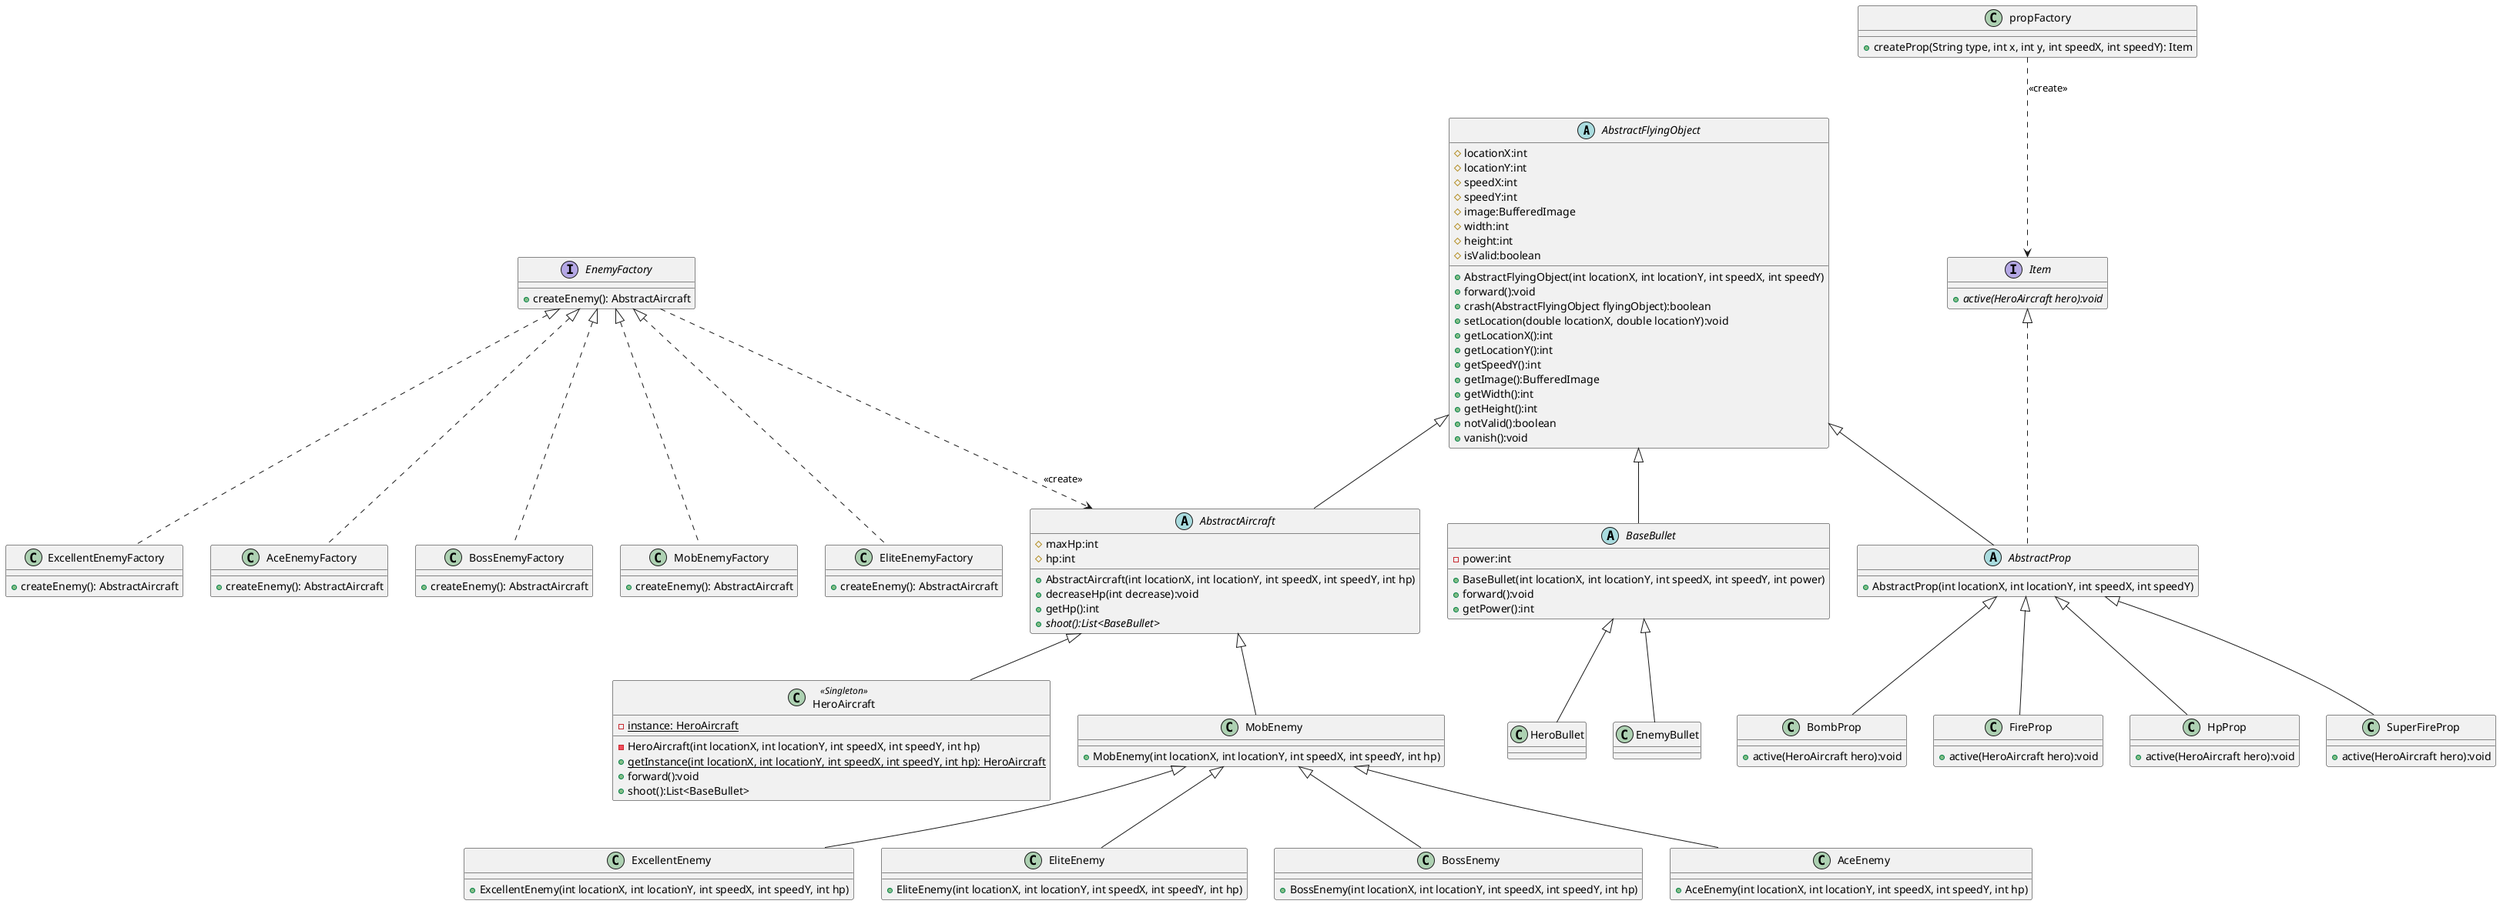
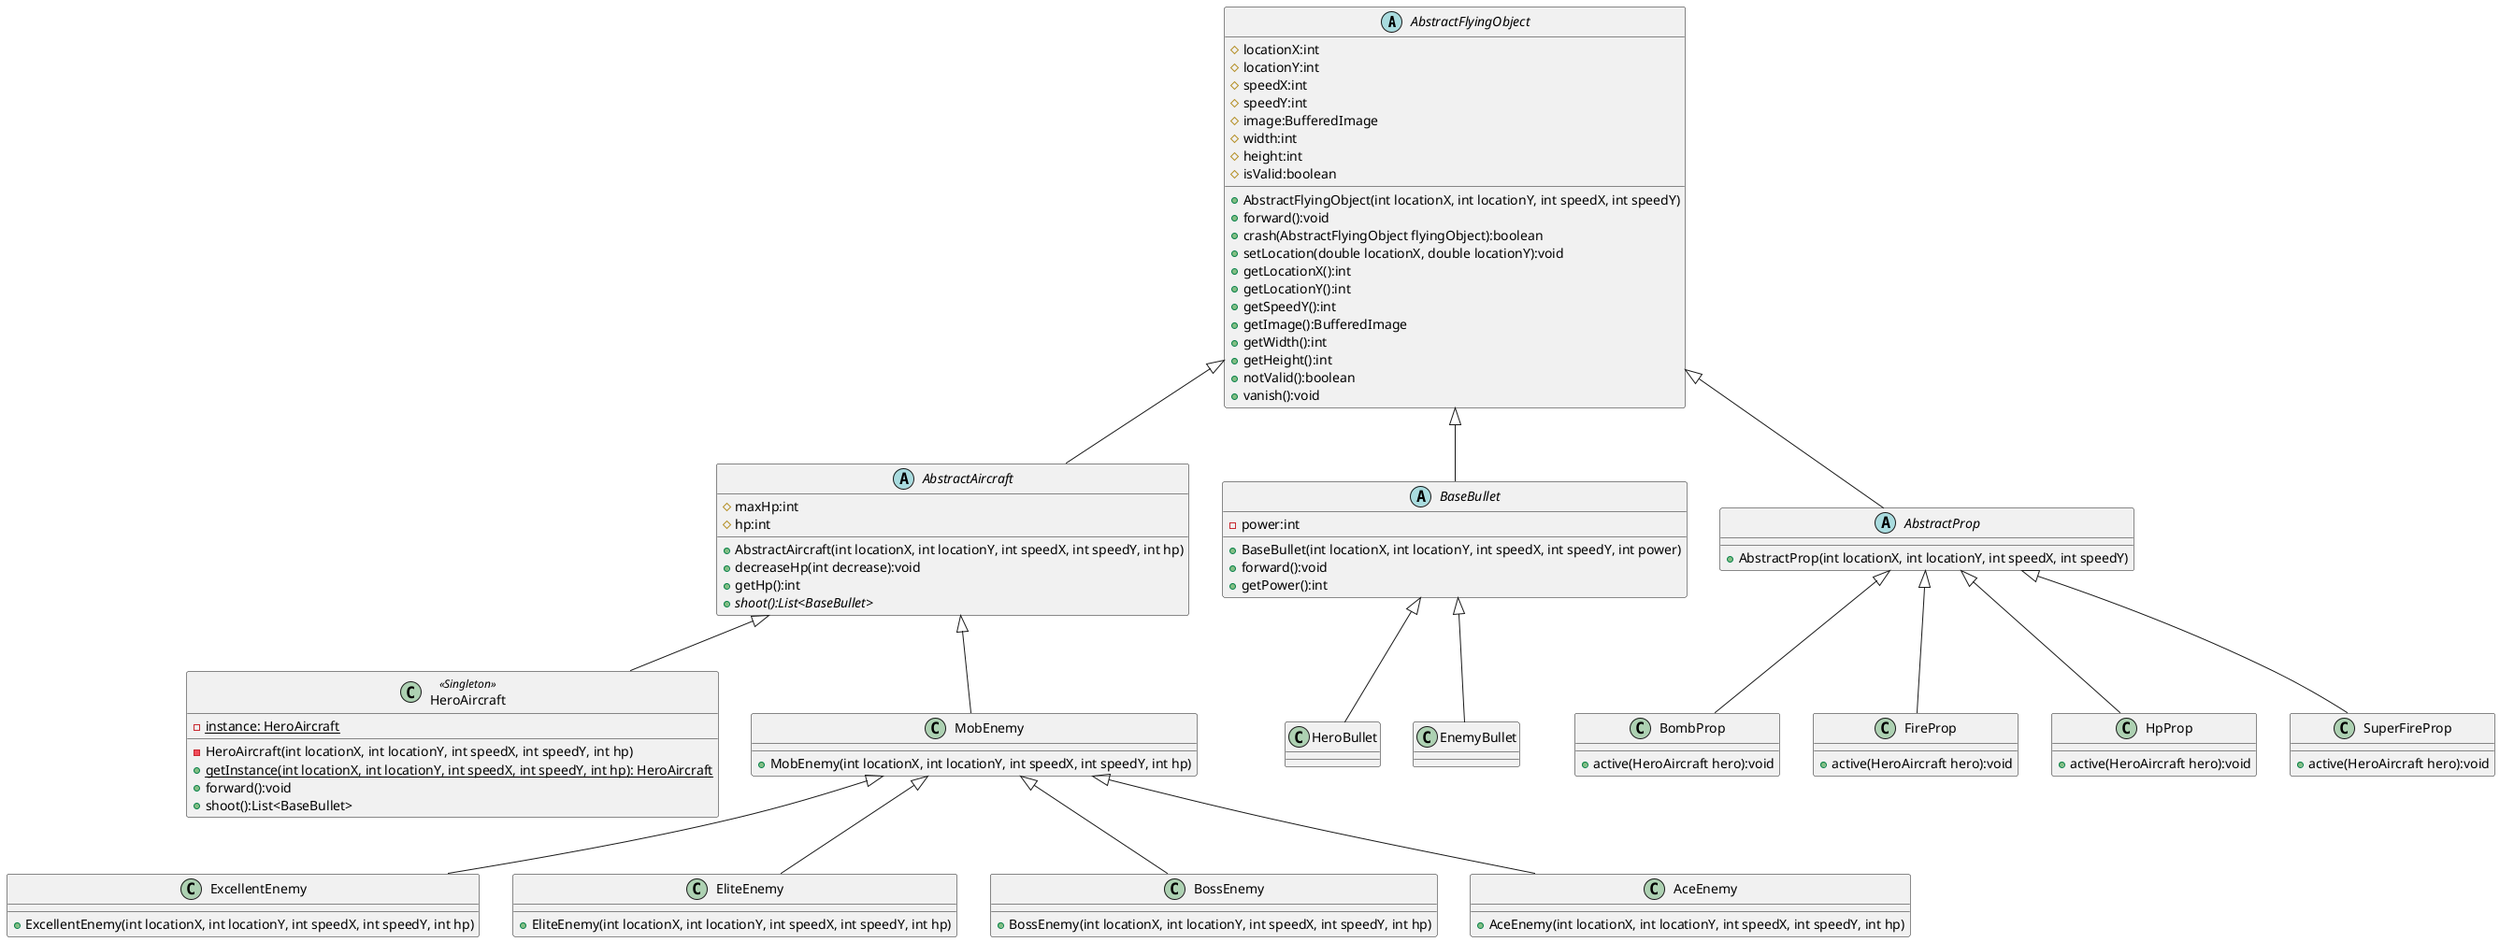
@startuml
'https://plantuml.com/class-diagram

abstract class AbstractFlyingObject
{
    # locationX:int
    # locationY:int
    # speedX:int
    # speedY:int
    # image:BufferedImage
    # width:int
    # height:int
    # isValid:boolean

    + AbstractFlyingObject(int locationX, int locationY, int speedX, int speedY)
    + forward():void
    + crash(AbstractFlyingObject flyingObject):boolean
    + setLocation(double locationX, double locationY):void
    + getLocationX():int
    + getLocationY():int
    + getSpeedY():int
    + getImage():BufferedImage
    + getWidth():int
    + getHeight():int
    + notValid():boolean
    + vanish():void
}

abstract class AbstractAircraft
{
	# maxHp:int
    # hp:int
    + AbstractAircraft(int locationX, int locationY, int speedX, int speedY, int hp)
    + decreaseHp(int decrease):void
    + getHp():int
    + {abstract} shoot():List<BaseBullet>
 }

- ' --- 敌机工厂模式 (Factory Method Pattern) ---

- interface EnemyFactory {
-     + createEnemy(): AbstractAircraft
- }
- 
- class MobEnemyFactory {
-     + createEnemy(): AbstractAircraft
- }
- 
- class EliteEnemyFactory {
-     + createEnemy(): AbstractAircraft
- }
- 
- class ExcellentEnemyFactory {
-     + createEnemy(): AbstractAircraft
- }
- 
- class AceEnemyFactory {
-     + createEnemy(): AbstractAircraft
- }
- 
- class BossEnemyFactory {
-     + createEnemy(): AbstractAircraft
- }
- 
- EnemyFactory <|.. MobEnemyFactory
- EnemyFactory <|.. EliteEnemyFactory
- EnemyFactory <|.. ExcellentEnemyFactory
- EnemyFactory <|.. AceEnemyFactory
- EnemyFactory <|.. BossEnemyFactory
- 
- EnemyFactory ..> AbstractAircraft : <<create>>

' --- 飞机相关类 ---

class HeroAircraft <<Singleton>> {
    - {static} instance: HeroAircraft
    - HeroAircraft(int locationX, int locationY, int speedX, int speedY, int hp)
    + {static} getInstance(int locationX, int locationY, int speedX, int speedY, int hp): HeroAircraft
    + forward():void
    + shoot():List<BaseBullet>
}

AbstractAircraft <|-- HeroAircraft

class MobEnemy {
    + MobEnemy(int locationX, int locationY, int speedX, int speedY, int hp)
}

class ExcellentEnemy {
    + ExcellentEnemy(int locationX, int locationY, int speedX, int speedY, int hp)
}

class EliteEnemy {
    + EliteEnemy(int locationX, int locationY, int speedX, int speedY, int hp)
}

class BossEnemy {
    + BossEnemy(int locationX, int locationY, int speedX, int speedY, int hp)
}

class AceEnemy {
    + AceEnemy(int locationX, int locationY, int speedX, int speedY, int hp)
}

AbstractAircraft <|-- MobEnemy
MobEnemy <|-- ExcellentEnemy
MobEnemy <|-- EliteEnemy
MobEnemy <|-- BossEnemy
MobEnemy <|-- AceEnemy

' --- 子弹相关类 ---

abstract class BaseBullet
{
    - power:int
    + BaseBullet(int locationX, int locationY, int speedX, int speedY, int power)
    + forward():void
	+ getPower():int
}

class HeroBullet
class EnemyBullet

BaseBullet <|-- HeroBullet
BaseBullet <|-- EnemyBullet

- ' --- 道具相关类与简单工厂 (Simple Factory Pattern) ---

- interface Item {
-     + {abstract} active(HeroAircraft hero):void
- }
+ 

abstract class AbstractProp {
    + AbstractProp(int locationX, int locationY, int speedX, int speedY)
}

- ' AbstractProp 继承自飞行对象，并实现 Item 接口
+ ' AbstractProp 继承自飞行对象
AbstractFlyingObject <|-- AbstractProp
- Item <|.. AbstractProp
+ 

class BombProp {
    + active(HeroAircraft hero):void
}

class FireProp {
    + active(HeroAircraft hero):void
}

class HpProp {
    + active(HeroAircraft hero):void
}

class SuperFireProp {
    + active(HeroAircraft hero):void
}

AbstractProp <|-- BombProp
AbstractProp <|-- FireProp
AbstractProp <|-- HpProp
AbstractProp <|-- SuperFireProp

- class propFactory {
-     + createProp(String type, int x, int y, int speedX, int speedY): Item
- }

- ' 工厂生产的是符合 Item 接口的对象
- propFactory ..> Item : <<create>>
+ 

' --- 整体结构 ---
AbstractFlyingObject <|-- AbstractAircraft
AbstractFlyingObject <|-- BaseBullet

@enduml